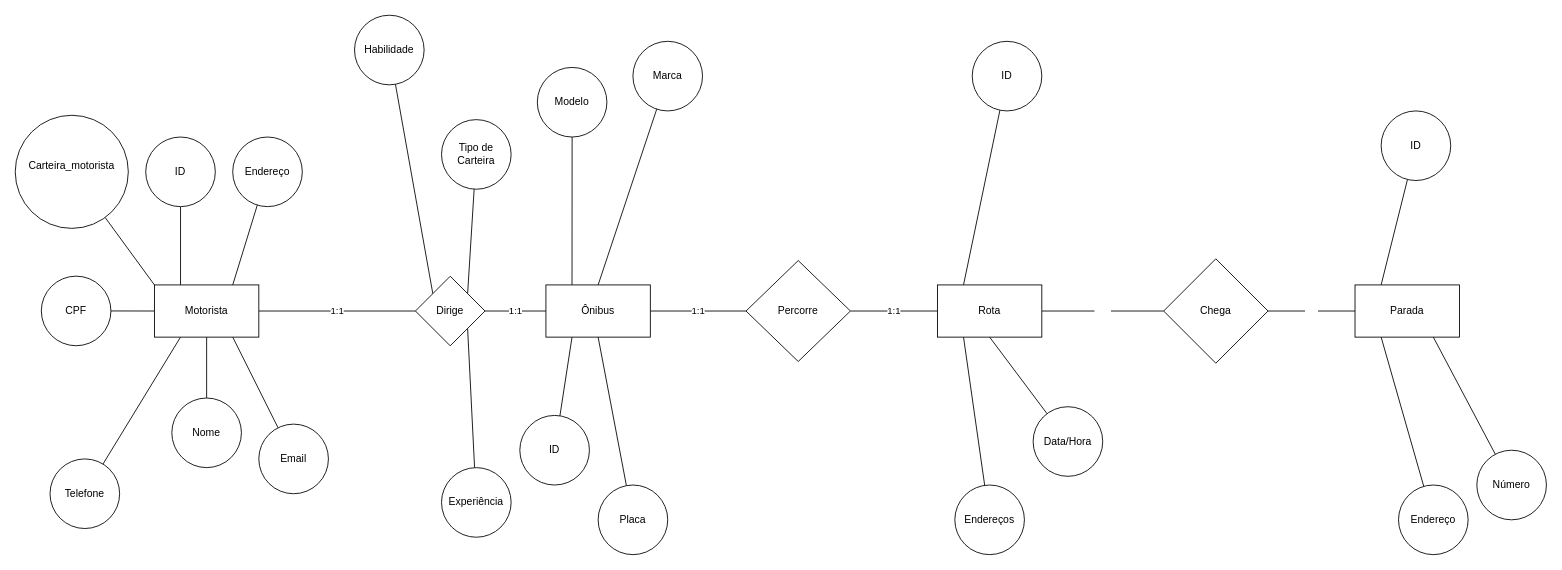
Before: page "Sistema de Gestão de Transporte Público" (2 of 2) of BD/exercicios_DER_3.drawio in marcel-aita/DEVNOITE, a draw.io diagram. Source tidied: cells renumbered, new cells numbered last; positions are measured from the earlier drawing's top-left corner, leaving out a move shared by most shapes. Both pictures are drawn from the tidied source at 87%, with x=0, y=0 at pixel (15, 15).
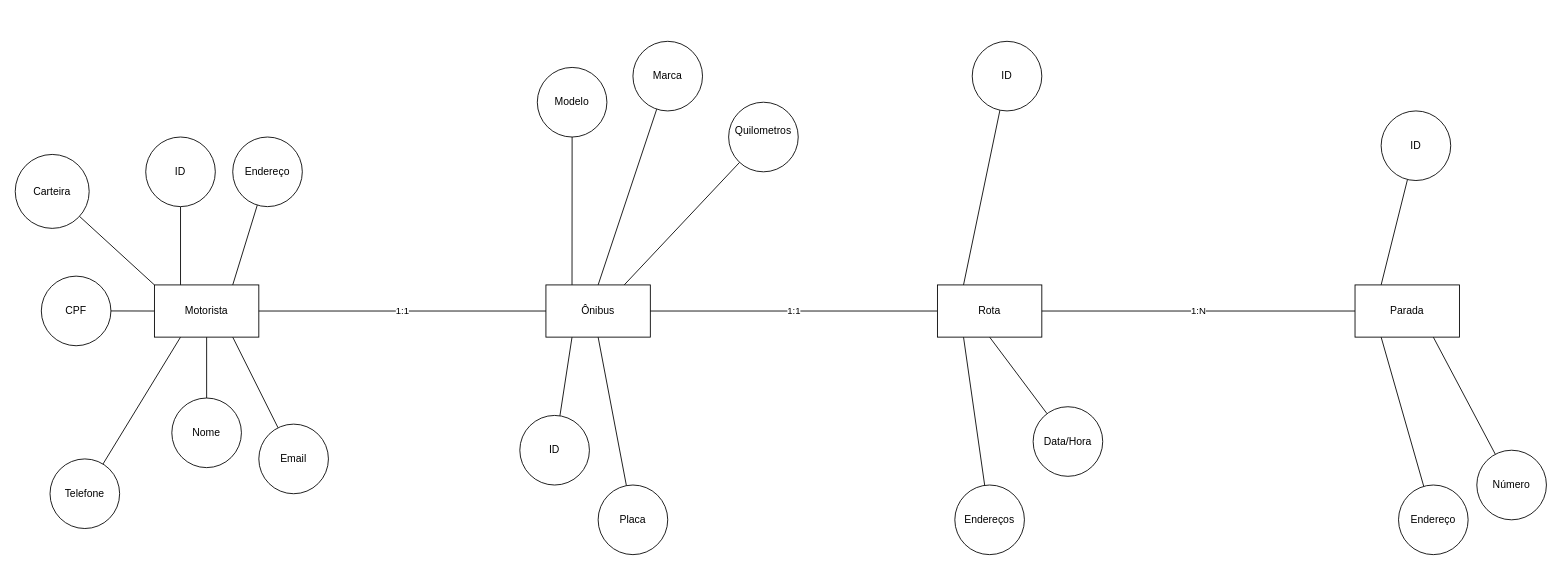
Above is the later version.

The change refers to these unchanged cells:
```xml
<mxCell id="7" value="Ônibus" style="rounded=0;whiteSpace=wrap;html=1;fontColor=#000000;fillColor=#FFFFFF;" parent="1" vertex="1">
  <mxGeometry x="610" y="310" width="120" height="60" as="geometry" />
</mxCell>
<mxCell id="16" value="Motorista" style="rounded=0;whiteSpace=wrap;html=1;fontColor=#000000;fillColor=#FFFFFF;" parent="1" vertex="1">
  <mxGeometry x="160" y="310" width="120" height="60" as="geometry" />
</mxCell>
<mxCell id="41" value="Rota" style="rounded=0;whiteSpace=wrap;html=1;fontColor=#000000;fillColor=#FFFFFF;" parent="1" vertex="1">
  <mxGeometry x="1060" y="310" width="120" height="60" as="geometry" />
</mxCell>
<mxCell id="46" value="&lt;font color=&quot;#000000&quot;&gt;Parada&lt;/font&gt;" style="rounded=0;whiteSpace=wrap;html=1;fontColor=#FFFFFF;fillColor=#FFFFFF;" parent="1" vertex="1">
  <mxGeometry x="1540" y="310" width="120" height="60" as="geometry" />
</mxCell>
```

What changed in the source:
```diff
@@
-    <mxCell id="2" value="&lt;font style=&quot;color: rgb(0, 0, 0);&quot;&gt;1:1&lt;/font&gt;" style="edgeStyle=none;html=1;exitX=1;exitY=0.5;exitDx=0;exitDy=0;entryX=0;entryY=0.5;entryDx=0;entryDy=0;fontColor=#FFFFFF;endArrow=none;endFill=0;" parent="1" edge="1" source="7" target="36">
-      <mxGeometry relative="1" as="geometry" />
-    </mxCell>
@@
+    <mxCell id="55" style="edgeStyle=none;html=1;exitX=0.75;exitY=0;exitDx=0;exitDy=0;endArrow=none;endFill=0;" parent="1" edge="1" source="7" target="56">
+      <mxGeometry relative="1" as="geometry" />
+    </mxCell>
@@
-    <mxCell id="8" value="&lt;font style=&quot;color: rgb(0, 0, 0);&quot;&gt;1:1&lt;/font&gt;" style="edgeStyle=none;html=1;exitX=1;exitY=0.5;exitDx=0;exitDy=0;entryX=0;entryY=0.5;entryDx=0;entryDy=0;fontColor=#000000;endArrow=none;endFill=0;" parent="1" edge="1" source="16" target="21">
-      <mxGeometry relative="1" as="geometry" />
-    </mxCell>
@@
-    <mxCell id="17" value="&lt;font style=&quot;color: rgb(0, 0, 0);&quot;&gt;1:1&lt;/font&gt;" style="edgeStyle=none;html=1;exitX=1;exitY=0.5;exitDx=0;exitDy=0;entryX=0;entryY=0.5;entryDx=0;entryDy=0;fontColor=#000000;endArrow=none;endFill=0;" parent="1" edge="1" source="21" target="7">
+    <mxCell id="17" value="&lt;font style=&quot;color: rgb(0, 0, 0);&quot;&gt;1:1&lt;/font&gt;" style="edgeStyle=none;html=1;exitX=1;exitY=0.5;exitDx=0;exitDy=0;entryX=0;entryY=0.5;entryDx=0;entryDy=0;fontColor=#000000;endArrow=none;endFill=0;" parent="1" edge="1" source="16" target="7">
       <mxGeometry relative="1" as="geometry" />
     </mxCell>
-    <mxCell id="18" style="edgeStyle=none;html=1;exitX=1;exitY=0;exitDx=0;exitDy=0;fontColor=#000000;endArrow=none;endFill=0;" parent="1" edge="1" source="21" target="31">
-      <mxGeometry relative="1" as="geometry" />
-    </mxCell>
-    <mxCell id="19" style="edgeStyle=none;html=1;exitX=1;exitY=1;exitDx=0;exitDy=0;fontColor=#000000;endArrow=none;endFill=0;" parent="1" edge="1" source="21" target="32">
-      <mxGeometry relative="1" as="geometry" />
-    </mxCell>
-    <mxCell id="20" style="edgeStyle=none;html=1;exitX=0;exitY=0;exitDx=0;exitDy=0;fontColor=#000000;endArrow=none;endFill=0;" parent="1" edge="1" source="21" target="33">
-      <mxGeometry relative="1" as="geometry" />
-    </mxCell>
-    <mxCell id="21" value="Dirige" style="rhombus;whiteSpace=wrap;html=1;fontColor=#000000;fillColor=#FFFFFF;" parent="1" vertex="1">
-      <mxGeometry x="460" y="300" width="80" height="80" as="geometry" />
-    </mxCell>
@@
-    <mxCell id="31" value="Tipo de Carteira" style="ellipse;whiteSpace=wrap;html=1;fontColor=#000000;fillColor=#FFFFFF;" parent="1" vertex="1">
-      <mxGeometry x="490" y="120" width="80" height="80" as="geometry" />
-    </mxCell>
-    <mxCell id="32" value="Experiência" style="ellipse;whiteSpace=wrap;html=1;fontColor=#000000;fillColor=#FFFFFF;" parent="1" vertex="1">
-      <mxGeometry x="490" y="520" width="80" height="80" as="geometry" />
-    </mxCell>
-    <mxCell id="33" value="Habilidade" style="ellipse;whiteSpace=wrap;html=1;fontColor=#000000;fillColor=#FFFFFF;" parent="1" vertex="1">
-      <mxGeometry x="390" width="80" height="80" as="geometry" />
-    </mxCell>
@@
-    <mxCell id="35" value="&lt;font style=&quot;color: rgb(0, 0, 0);&quot;&gt;1:1&lt;/font&gt;" style="edgeStyle=none;html=1;exitX=1;exitY=0.5;exitDx=0;exitDy=0;fontColor=#000000;endArrow=none;endFill=0;entryX=0;entryY=0.5;entryDx=0;entryDy=0;" parent="1" edge="1" source="36" target="41">
+    <mxCell id="35" value="&lt;font style=&quot;color: rgb(0, 0, 0);&quot;&gt;1:1&lt;/font&gt;" style="edgeStyle=none;html=1;exitX=1;exitY=0.5;exitDx=0;exitDy=0;fontColor=#000000;endArrow=none;endFill=0;entryX=0;entryY=0.5;entryDx=0;entryDy=0;" parent="1" edge="1" source="7" target="41">
       <mxGeometry relative="1" as="geometry" />
     </mxCell>
-    <mxCell id="36" value="&lt;font color=&quot;#000000&quot;&gt;Percorre&lt;/font&gt;" style="rhombus;whiteSpace=wrap;html=1;fontColor=#000000;fillColor=#FFFFFF;" parent="1" vertex="1">
-      <mxGeometry x="840" y="282" width="120" height="116" as="geometry" />
-    </mxCell>
-    <mxCell id="37" value="N:N" style="edgeStyle=none;html=1;exitX=1;exitY=0.5;exitDx=0;exitDy=0;fontColor=#FFFFFF;endArrow=none;endFill=0;" parent="1" edge="1" source="41" target="53">
-      <mxGeometry relative="1" as="geometry" />
-    </mxCell>
@@
-    <mxCell id="45" value="&lt;font color=&quot;#ffffff&quot;&gt;1:1&lt;/font&gt;" style="edgeStyle=none;html=1;exitX=0;exitY=0.5;exitDx=0;exitDy=0;fontColor=#000000;endArrow=none;endFill=0;" parent="1" edge="1" source="46" target="53">
+    <mxCell id="45" value="&lt;font style=&quot;color: rgb(0, 0, 0);&quot;&gt;1:N&lt;/font&gt;" style="edgeStyle=none;html=1;exitX=0;exitY=0.5;exitDx=0;exitDy=0;fontColor=#000000;endArrow=none;endFill=0;entryX=1;entryY=0.5;entryDx=0;entryDy=0;" parent="1" edge="1" source="46" target="41">
       <mxGeometry relative="1" as="geometry" />
     </mxCell>
@@
-    <mxCell id="53" value="Chega" style="rhombus;whiteSpace=wrap;html=1;fontColor=#000000;fillColor=#FFFFFF;" parent="1" vertex="1">
-      <mxGeometry x="1320" y="280" width="120" height="120" as="geometry" />
-    </mxCell>
-    <mxCell id="54" value="Carteira_motorista&lt;div&gt;&lt;br&gt;&lt;/div&gt;" style="ellipse;whiteSpace=wrap;html=1;" parent="1" vertex="1">
-      <mxGeometry y="115" width="130" height="130" as="geometry" />
+    <mxCell id="54" value="Carteira" style="ellipse;whiteSpace=wrap;html=1;" parent="1" vertex="1">
+      <mxGeometry y="160" width="85" height="85" as="geometry" />
     </mxCell>
+    <mxCell id="56" value="Quilometros&lt;div&gt;&lt;br&gt;&lt;/div&gt;" style="ellipse;whiteSpace=wrap;html=1;" parent="1" vertex="1">
+      <mxGeometry x="820" y="100" width="80" height="80" as="geometry" />
+    </mxCell>
```
